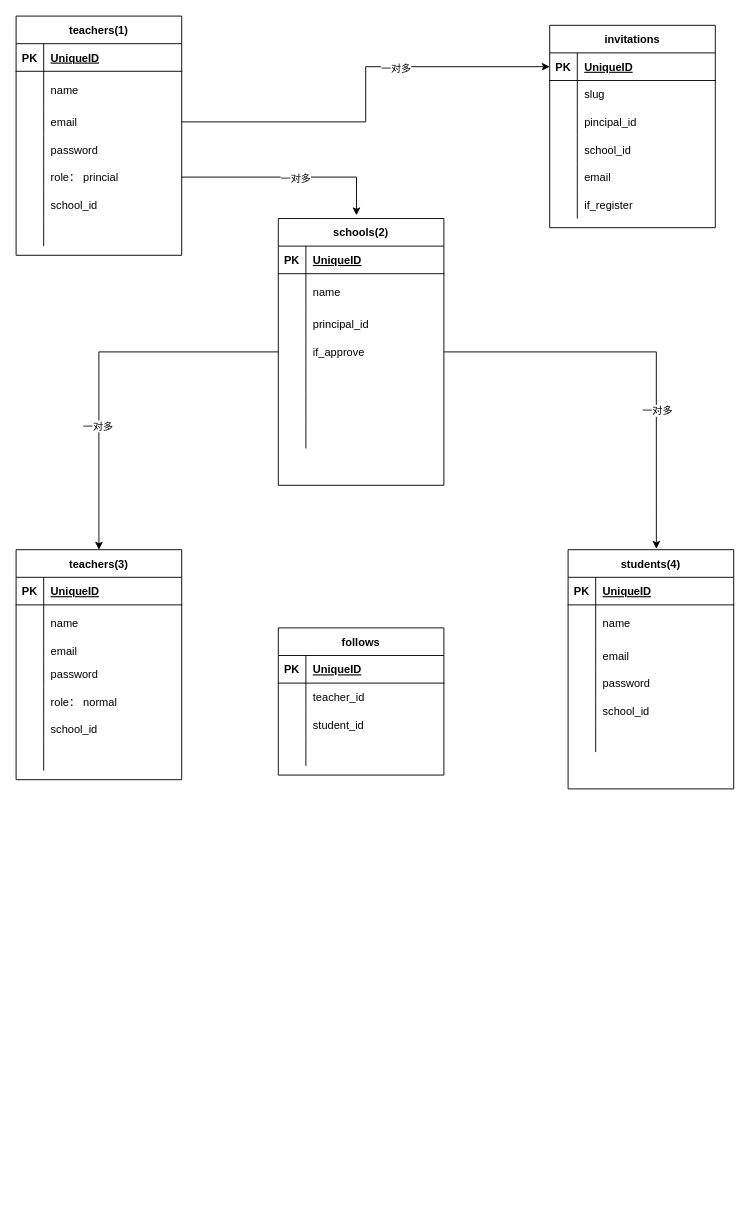
Earlier version of the draw.io diagram Edo.drawio (smartymoon/edu). Source tidied: cells renumbered, new cells numbered last; positions are measured from the earlier drawing's top-left corner, leaving out a move shared by most shapes. Both pictures are drawn from the tidied source at 92%, with x=0, y=0 at pixel (16, 16).
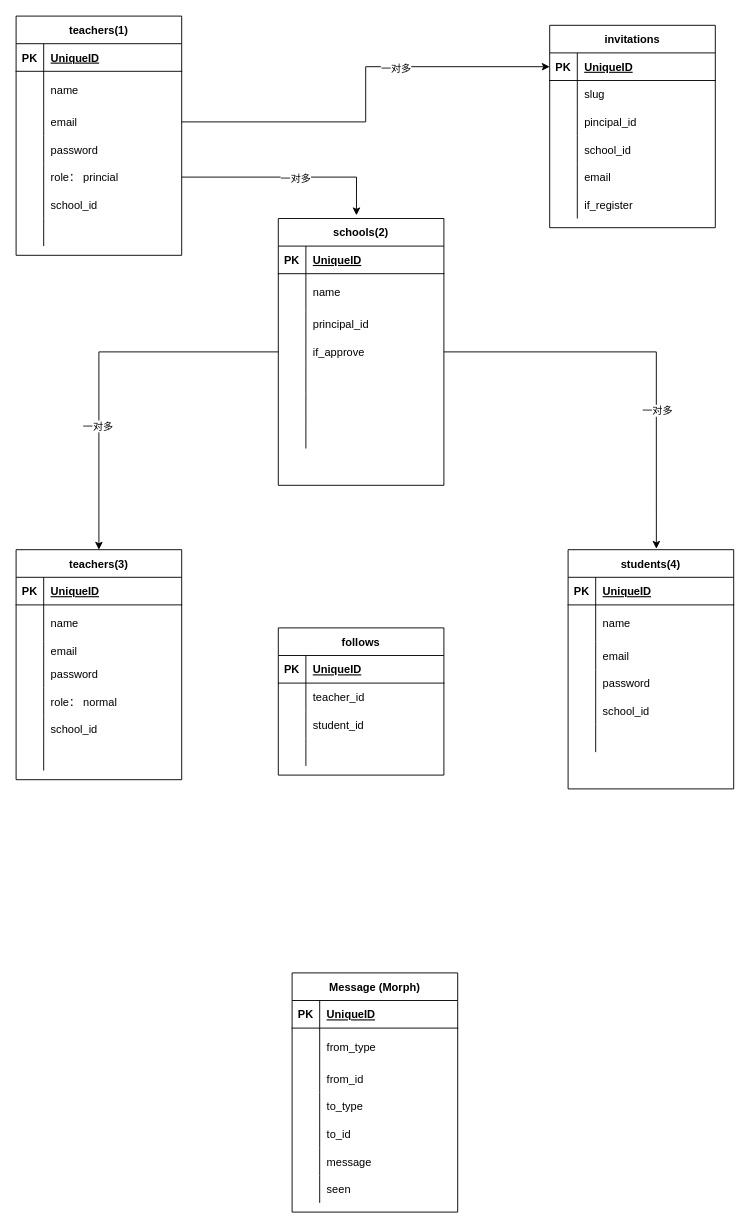
The same diagram, later.

Commit message (it also covers changes not shown here):
uncomment BroadcastProvider

Change to the diagram source:
```diff
@@
+    <mxCell id="127" value="Message (Morph)" style="shape=table;startSize=30;childLayout=tableLayout;rowLines=0;fontStyle=1;align=center;" parent="1" vertex="1">
+      <mxGeometry x="300" y="1040" width="180" height="260" as="geometry" />
+    </mxCell>
+    <mxCell id="128" style="shape=partialRectangle;fillColor=none;top=0;left=0;bottom=1;right=0;" parent="127" vertex="1">
+      <mxGeometry y="30" width="180" height="30" as="geometry" />
+    </mxCell>
+    <mxCell id="129" value="PK" style="shape=partialRectangle;fillColor=none;top=0;left=0;bottom=0;right=0;fontStyle=1;overflow=hidden;" parent="128" vertex="1">
+      <mxGeometry width="30" height="30" as="geometry" />
+    </mxCell>
+    <mxCell id="130" value="UniqueID" style="shape=partialRectangle;fillColor=none;top=0;left=0;bottom=0;right=0;align=left;spacingLeft=6;fontStyle=5;overflow=hidden;" parent="128" vertex="1">
+      <mxGeometry x="30" width="150" height="30" as="geometry" />
+    </mxCell>
+    <mxCell id="131" style="shape=partialRectangle;fillColor=none;top=0;left=0;bottom=0;right=0;" parent="127" vertex="1">
+      <mxGeometry y="60" width="180" height="40" as="geometry" />
+    </mxCell>
+    <mxCell id="132" style="shape=partialRectangle;fillColor=none;top=0;left=0;bottom=0;right=0;overflow=hidden;" parent="131" vertex="1">
+      <mxGeometry width="30" height="40" as="geometry" />
+    </mxCell>
+    <mxCell id="133" value="from_type" style="shape=partialRectangle;fillColor=none;top=0;left=0;bottom=0;right=0;align=left;spacingLeft=6;overflow=hidden;" parent="131" vertex="1">
+      <mxGeometry x="30" width="150" height="40" as="geometry" />
+    </mxCell>
+    <mxCell id="134" style="shape=partialRectangle;fillColor=none;top=0;left=0;bottom=0;right=0;" parent="127" vertex="1">
+      <mxGeometry y="100" width="180" height="30" as="geometry" />
+    </mxCell>
+    <mxCell id="135" style="shape=partialRectangle;fillColor=none;top=0;left=0;bottom=0;right=0;overflow=hidden;" parent="134" vertex="1">
+      <mxGeometry width="30" height="30" as="geometry" />
+    </mxCell>
+    <mxCell id="136" value="from_id" style="shape=partialRectangle;fillColor=none;top=0;left=0;bottom=0;right=0;align=left;spacingLeft=6;overflow=hidden;" parent="134" vertex="1">
+      <mxGeometry x="30" width="150" height="30" as="geometry" />
+    </mxCell>
+    <mxCell id="137" style="shape=partialRectangle;fillColor=none;top=0;left=0;bottom=0;right=0;" parent="127" vertex="1">
+      <mxGeometry y="130" width="180" height="30" as="geometry" />
+    </mxCell>
+    <mxCell id="138" style="shape=partialRectangle;fillColor=none;top=0;left=0;bottom=0;right=0;overflow=hidden;" parent="137" vertex="1">
+      <mxGeometry width="30" height="30" as="geometry" />
+    </mxCell>
+    <mxCell id="139" value="to_type" style="shape=partialRectangle;fillColor=none;top=0;left=0;bottom=0;right=0;align=left;spacingLeft=6;overflow=hidden;" parent="137" vertex="1">
+      <mxGeometry x="30" width="150" height="30" as="geometry" />
+    </mxCell>
+    <mxCell id="140" style="shape=partialRectangle;fillColor=none;top=0;left=0;bottom=0;right=0;" parent="127" vertex="1">
+      <mxGeometry y="160" width="180" height="30" as="geometry" />
+    </mxCell>
+    <mxCell id="141" style="shape=partialRectangle;fillColor=none;top=0;left=0;bottom=0;right=0;overflow=hidden;" parent="140" vertex="1">
+      <mxGeometry width="30" height="30" as="geometry" />
+    </mxCell>
+    <mxCell id="142" value="to_id" style="shape=partialRectangle;fillColor=none;top=0;left=0;bottom=0;right=0;align=left;spacingLeft=6;overflow=hidden;" parent="140" vertex="1">
+      <mxGeometry x="30" width="150" height="30" as="geometry" />
+    </mxCell>
+    <mxCell id="143" style="shape=partialRectangle;fillColor=none;top=0;left=0;bottom=0;right=0;" parent="127" vertex="1">
+      <mxGeometry y="190" width="180" height="30" as="geometry" />
+    </mxCell>
+    <mxCell id="144" style="shape=partialRectangle;fillColor=none;top=0;left=0;bottom=0;right=0;overflow=hidden;" parent="143" vertex="1">
+      <mxGeometry width="30" height="30" as="geometry" />
+    </mxCell>
+    <mxCell id="145" value="message" style="shape=partialRectangle;fillColor=none;top=0;left=0;bottom=0;right=0;align=left;spacingLeft=6;overflow=hidden;" parent="143" vertex="1">
+      <mxGeometry x="30" width="150" height="30" as="geometry" />
+    </mxCell>
+    <mxCell id="146" style="shape=partialRectangle;fillColor=none;top=0;left=0;bottom=0;right=0;" parent="127" vertex="1">
+      <mxGeometry y="220" width="180" height="30" as="geometry" />
+    </mxCell>
+    <mxCell id="147" style="shape=partialRectangle;fillColor=none;top=0;left=0;bottom=0;right=0;overflow=hidden;" parent="146" vertex="1">
+      <mxGeometry width="30" height="30" as="geometry" />
+    </mxCell>
+    <mxCell id="148" value="seen" style="shape=partialRectangle;fillColor=none;top=0;left=0;bottom=0;right=0;align=left;spacingLeft=6;overflow=hidden;" parent="146" vertex="1">
+      <mxGeometry x="30" width="150" height="30" as="geometry" />
+    </mxCell>
```
